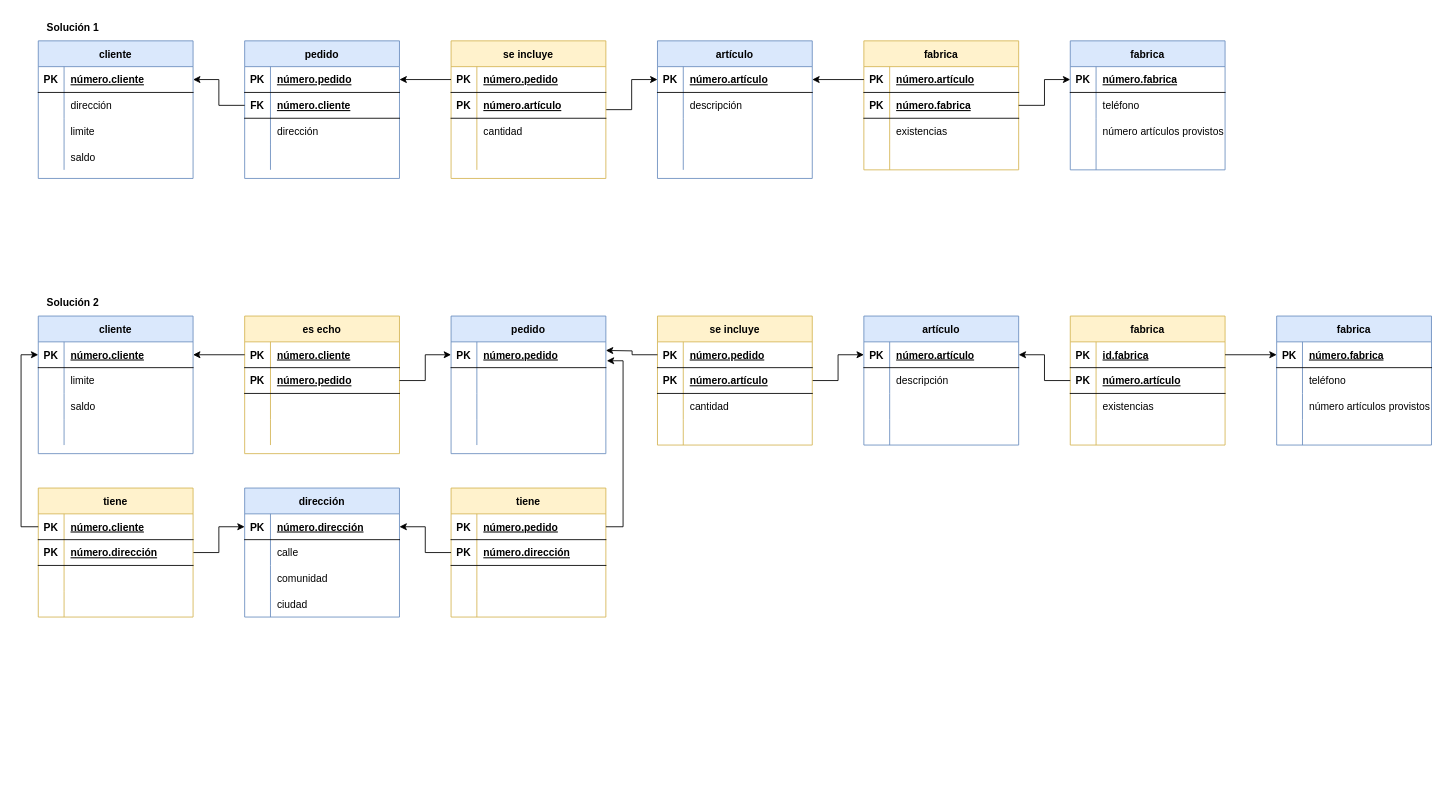
The draw.io diagram Tareas/Tema 3/Tarea 3/Tarea 3.drawio in JCarlosAR032/base-de-datos, before the edit. Source tidied: cells renumbered, new cells numbered last; positions are measured from the earlier drawing's top-left corner, leaving out a move shared by most shapes. Both pictures are drawn from the tidied source at 86%, with x=0, y=0 at pixel (38, 15).
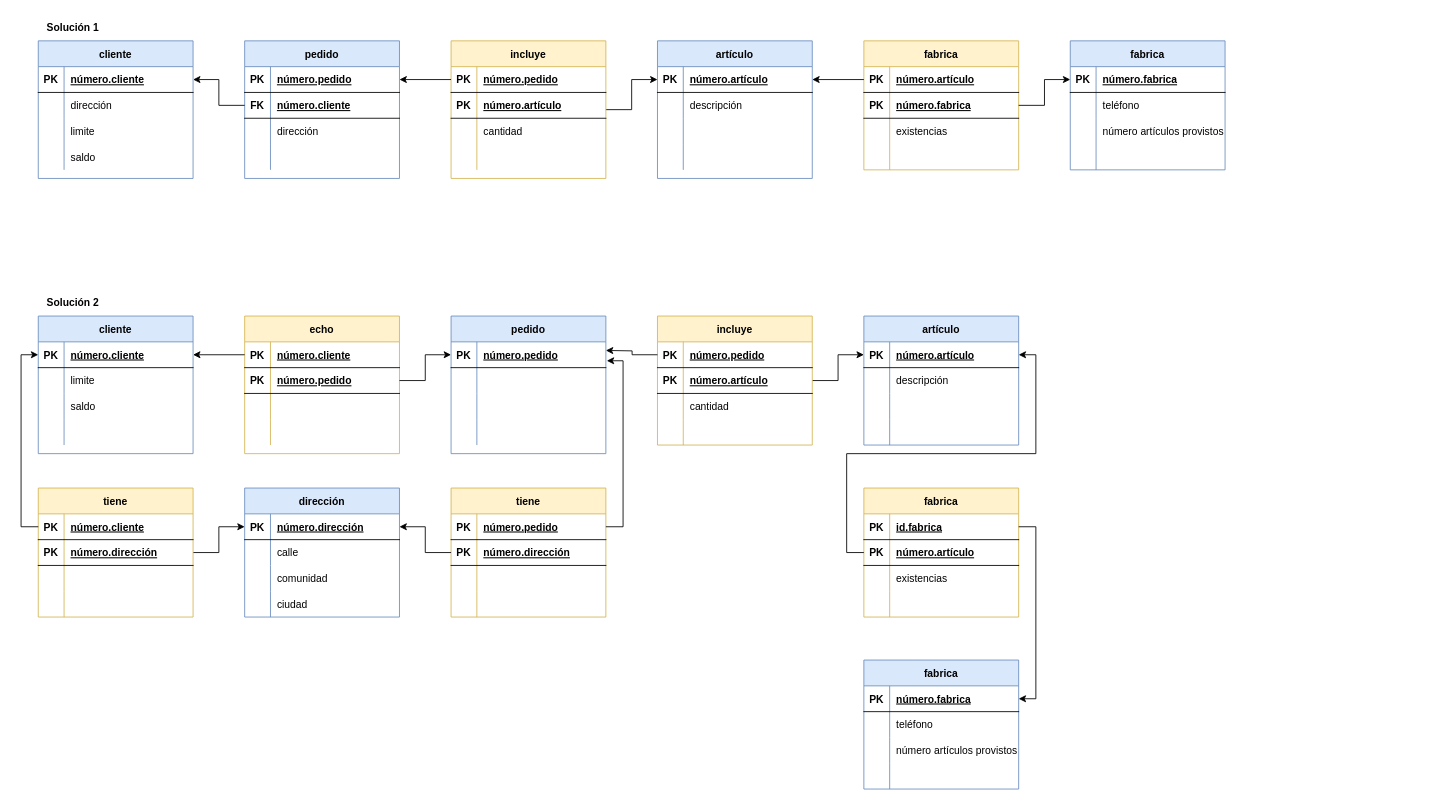
The same diagram, later.

The change refers to these unchanged cells:
```xml
<mxCell id="200" style="shape=tableRow;horizontal=0;startSize=0;swimlaneHead=0;swimlaneBody=0;fillColor=none;points=[[0,0.5],[1,0.5]];portConstraint=eastwest;top=0;left=0;right=0;bottom=1;" parent="199" vertex="1">
  <mxGeometry y="30" width="180" height="30" as="geometry" />
</mxCell>
<mxCell id="213" style="shape=tableRow;horizontal=0;startSize=0;swimlaneHead=0;swimlaneBody=0;fillColor=none;points=[[0,0.5],[1,0.5]];portConstraint=eastwest;top=0;left=0;right=0;bottom=1;" parent="212" vertex="1">
  <mxGeometry y="30" width="180" height="30" as="geometry" />
</mxCell>
```

Diff of the diagram source:
```diff
@@
-    <mxCell id="43" value="se incluye" style="shape=table;startSize=30;childLayout=tableLayout;rowLines=0;fontStyle=1;align=center;fillColor=#fff2cc;strokeColor=#d6b656;" parent="1" vertex="1">
+    <mxCell id="43" value="incluye" style="shape=table;startSize=30;childLayout=tableLayout;rowLines=0;fontStyle=1;align=center;fillColor=#fff2cc;strokeColor=#d6b656;" parent="1" vertex="1">
       <mxGeometry x="480" y="30" width="180" height="160" as="geometry" />
     </mxCell>
@@
-    <mxCell id="112" value="es echo" style="shape=table;startSize=30;childLayout=tableLayout;rowLines=0;fontStyle=1;align=center;fillColor=#fff2cc;strokeColor=#d6b656;" parent="1" vertex="1">
+    <mxCell id="112" value="echo" style="shape=table;startSize=30;childLayout=tableLayout;rowLines=0;fontStyle=1;align=center;fillColor=#fff2cc;strokeColor=#d6b656;" parent="1" vertex="1">
       <mxGeometry x="240" y="350" width="180" height="160" as="geometry" />
     </mxCell>
@@
-    <mxCell id="171" value="se incluye" style="shape=table;startSize=30;childLayout=tableLayout;rowLines=0;fontStyle=1;align=center;fillColor=#fff2cc;strokeColor=#d6b656;" parent="1" vertex="1">
+    <mxCell id="171" value="incluye" style="shape=table;startSize=30;childLayout=tableLayout;rowLines=0;fontStyle=1;align=center;fillColor=#fff2cc;strokeColor=#d6b656;" parent="1" vertex="1">
       <mxGeometry x="720" y="350" width="180" height="150" as="geometry" />
     </mxCell>
@@
     <mxCell id="199" value="fabrica" style="shape=table;startSize=30;childLayout=tableLayout;rowLines=0;fontStyle=1;align=center;fillColor=#fff2cc;strokeColor=#d6b656;" parent="1" vertex="1">
-      <mxGeometry x="1200" y="350" width="180" height="150" as="geometry" />
+      <mxGeometry x="960" y="550" width="180" height="150" as="geometry" />
     </mxCell>
@@
     <mxCell id="212" value="fabrica" style="shape=table;startSize=30;childLayout=tableLayout;rowLines=0;fontStyle=1;align=center;fillColor=#dae8fc;strokeColor=#6c8ebf;" parent="1" vertex="1">
-      <mxGeometry x="1440" y="350" width="180" height="150" as="geometry" />
+      <mxGeometry x="960" y="750" width="180" height="150" as="geometry" />
     </mxCell>
@@
-    <mxCell id="226" style="edgeStyle=orthogonalEdgeStyle;rounded=0;jettySize=auto;html=1;exitX=1;exitY=0.5;exitDx=0;exitDy=0;entryX=0;entryY=0.5;entryDx=0;entryDy=0;" parent="1" edge="1" source="200" target="213">
+    <mxCell id="226" style="edgeStyle=orthogonalEdgeStyle;rounded=0;jettySize=auto;html=1;exitX=1;exitY=0.5;exitDx=0;exitDy=0;entryX=1;entryY=0.5;entryDx=0;entryDy=0;" parent="1" edge="1" source="200" target="213">
       <mxGeometry relative="1" as="geometry" />
     </mxCell>
```
